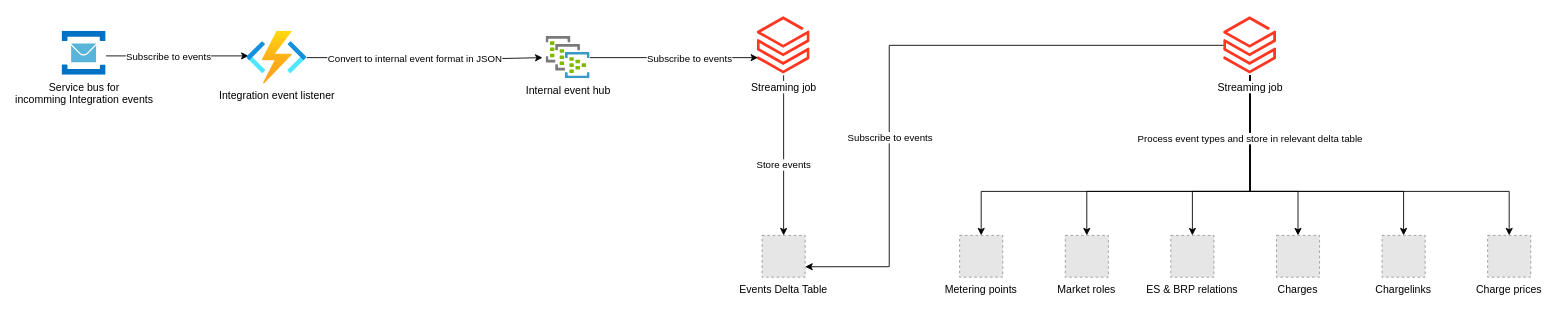
This is page "Ingestion" (2 of 3) of docs/domain-overview.drawio from Energinet-DataHub/ARCHIVED-geh-aggregations, a draw.io file, before an edit. Source tidied: cells renumbered, new cells numbered last; positions are measured from the earlier drawing's top-left corner, leaving out a move shared by most shapes. Both pictures are drawn from the tidied source at 88%, with x=0, y=0 at pixel (62, 15). Pictures stored in the file or linked from it are replaced by grey dashed boxes.
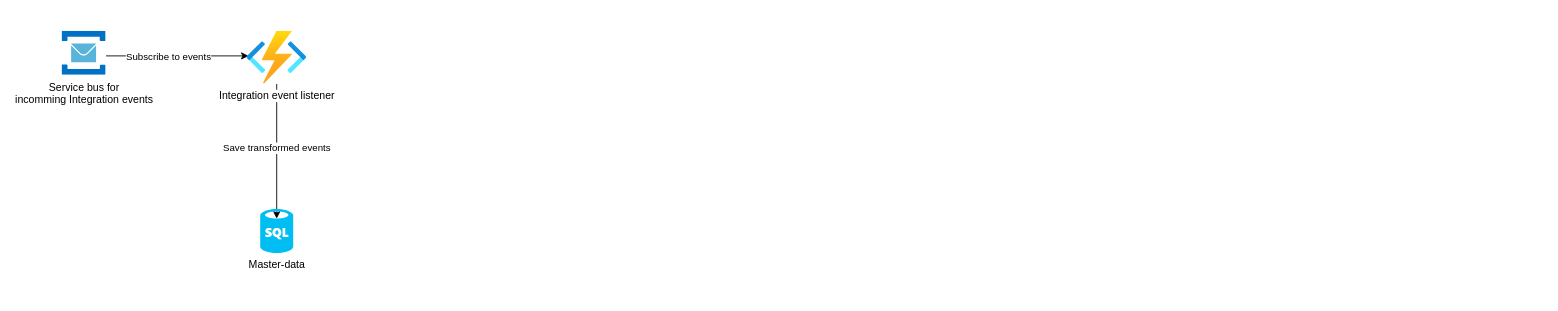
Above is the later version.

Unchanged cells that the change refers to:
```xml
<mxCell id="7" value="Integration event listener" style="html=1;points=[];align=center;image;fontSize=12;image=img/lib/azure2/compute/Function_Apps.svg;" parent="1" vertex="1">
  <mxGeometry x="210" y="18" width="68" height="60" as="geometry" />
</mxCell>
```

Diff of the diagram source:
```diff
@@
-    <mxCell id="5" style="edgeStyle=orthogonalEdgeStyle;rounded=0;jettySize=auto;html=1;entryX=-0.08;entryY=0.5;entryDx=0;entryDy=0;entryPerimeter=0;" parent="1" edge="1" source="7" target="10">
-      <mxGeometry relative="1" as="geometry">
-        <Array as="points">
-          <mxPoint x="500" y="48" />
-          <mxPoint x="500" y="49" />
-        </Array>
-      </mxGeometry>
-    </mxCell>
-    <mxCell id="6" value="Convert to internal event format in JSON" style="edgeLabel;html=1;align=center;verticalAlign=middle;" parent="5" vertex="1">
-      <mxGeometry x="0.17" y="-1" relative="1" as="geometry">
-        <mxPoint x="-35" y="-1" as="offset" />
-      </mxGeometry>
-    </mxCell>
+    <mxCell id="31" style="edgeStyle=orthogonalEdgeStyle;rounded=0;jettySize=auto;html=1;entryX=0.5;entryY=0.22;entryDx=0;entryDy=0;entryPerimeter=0;" parent="1" edge="1" source="7" target="33">
+      <mxGeometry relative="1" as="geometry" />
+    </mxCell>
+    <mxCell id="32" value="Save transformed events" style="edgeLabel;html=1;align=center;verticalAlign=middle;" parent="31" vertex="1">
+      <mxGeometry x="-0.22" y="1" relative="1" as="geometry">
+        <mxPoint x="-1" y="12" as="offset" />
+      </mxGeometry>
+    </mxCell>
@@
-    <mxCell id="8" style="edgeStyle=orthogonalEdgeStyle;rounded=0;jettySize=auto;html=1;entryX=0.017;entryY=0.706;entryDx=0;entryDy=0;entryPerimeter=0;" parent="1" edge="1" source="10" target="13">
-      <mxGeometry relative="1" as="geometry">
-        <Array as="points">
-          <mxPoint x="767" y="48" />
-        </Array>
-      </mxGeometry>
-    </mxCell>
-    <mxCell id="9" value="Subscribe to events" style="edgeLabel;html=1;align=center;verticalAlign=middle;" parent="8" vertex="1">
-      <mxGeometry x="0.17" y="-1" relative="1" as="geometry" />
-    </mxCell>
-    <mxCell id="10" value="Internal event hub" style="sketch=0;html=1;points=[];align=center;image;fontSize=12;image=img/lib/mscae/Dedicated_Event_Hub.svg;" parent="1" vertex="1">
-      <mxGeometry x="550" y="24" width="50" height="48" as="geometry" />
-    </mxCell>
-    <mxCell id="11" style="edgeStyle=orthogonalEdgeStyle;rounded=0;jettySize=auto;html=1;entryX=0.5;entryY=0;entryDx=0;entryDy=0;" parent="1" edge="1" source="13" target="14">
-      <mxGeometry relative="1" as="geometry" />
-    </mxCell>
-    <mxCell id="12" value="Store events" style="edgeLabel;html=1;align=center;verticalAlign=middle;" parent="11" vertex="1">
-      <mxGeometry x="0.11" y="-1" relative="1" as="geometry" />
-    </mxCell>
-    <mxCell id="13" value="Streaming job" style="html=1;points=[];align=center;image;fontSize=12;image=img/lib/azure2/analytics/Azure_Databricks.svg;" parent="1" vertex="1">
-      <mxGeometry x="790" width="60" height="68" as="geometry" />
-    </mxCell>
-    <mxCell id="14" value="Events Delta Table" style="fillColor=#E6E6E6;strokeColor=#999999;dashed=1;verticalLabelPosition=bottom;verticalAlign=top;" parent="1" vertex="1">
-      <mxGeometry x="795.5" y="250" width="49" height="47.5" as="geometry" />
-    </mxCell>
-    <mxCell id="15" style="edgeStyle=orthogonalEdgeStyle;rounded=0;jettySize=auto;html=1;entryX=1;entryY=0.75;entryDx=0;entryDy=0;" parent="1" edge="1" source="24" target="14">
-      <mxGeometry relative="1" as="geometry">
-        <Array as="points">
-          <mxPoint x="940" y="34" />
-          <mxPoint x="940" y="286" />
-        </Array>
-      </mxGeometry>
-    </mxCell>
-    <mxCell id="16" value="Subscribe to events" style="edgeLabel;html=1;align=center;verticalAlign=middle;" parent="15" vertex="1">
-      <mxGeometry x="0.08" relative="1" as="geometry">
-        <mxPoint y="91" as="offset" />
-      </mxGeometry>
-    </mxCell>
-    <mxCell id="17" style="edgeStyle=orthogonalEdgeStyle;rounded=0;jettySize=auto;html=1;entryX=0.5;entryY=0;entryDx=0;entryDy=0;" parent="1" edge="1" source="24" target="26">
-      <mxGeometry relative="1" as="geometry">
-        <Array as="points">
-          <mxPoint x="1350" y="200" />
-          <mxPoint x="1045" y="200" />
-          <mxPoint x="1045" y="250" />
-        </Array>
-      </mxGeometry>
-    </mxCell>
-    <mxCell id="18" style="edgeStyle=orthogonalEdgeStyle;rounded=0;jettySize=auto;html=1;entryX=0.5;entryY=0;entryDx=0;entryDy=0;" parent="1" edge="1" source="24" target="25">
-      <mxGeometry relative="1" as="geometry">
-        <Array as="points">
-          <mxPoint x="1350" y="200" />
-          <mxPoint x="1165" y="200" />
-          <mxPoint x="1165" y="250" />
-        </Array>
-      </mxGeometry>
-    </mxCell>
-    <mxCell id="19" style="edgeStyle=orthogonalEdgeStyle;rounded=0;jettySize=auto;html=1;entryX=0.5;entryY=0;entryDx=0;entryDy=0;" parent="1" edge="1" source="24" target="27">
-      <mxGeometry relative="1" as="geometry">
-        <Array as="points">
-          <mxPoint x="1350" y="200" />
-          <mxPoint x="1285" y="200" />
-          <mxPoint x="1285" y="250" />
-        </Array>
-      </mxGeometry>
-    </mxCell>
-    <mxCell id="20" style="edgeStyle=orthogonalEdgeStyle;rounded=0;jettySize=auto;html=1;entryX=0.5;entryY=0;entryDx=0;entryDy=0;" parent="1" edge="1" source="24" target="28">
-      <mxGeometry relative="1" as="geometry">
-        <Array as="points">
-          <mxPoint x="1350" y="200" />
-          <mxPoint x="1405" y="200" />
-          <mxPoint x="1405" y="250" />
-        </Array>
-      </mxGeometry>
-    </mxCell>
-    <mxCell id="21" style="edgeStyle=orthogonalEdgeStyle;rounded=0;jettySize=auto;html=1;entryX=0.5;entryY=0;entryDx=0;entryDy=0;" parent="1" edge="1" source="24" target="29">
-      <mxGeometry relative="1" as="geometry">
-        <Array as="points">
-          <mxPoint x="1350" y="200" />
-          <mxPoint x="1525" y="200" />
-          <mxPoint x="1525" y="250" />
-        </Array>
-      </mxGeometry>
-    </mxCell>
-    <mxCell id="22" style="edgeStyle=orthogonalEdgeStyle;rounded=0;jettySize=auto;html=1;entryX=0.5;entryY=0;entryDx=0;entryDy=0;" parent="1" edge="1" source="24" target="30">
-      <mxGeometry relative="1" as="geometry">
-        <Array as="points">
-          <mxPoint x="1350" y="200" />
-          <mxPoint x="1645" y="200" />
-          <mxPoint x="1645" y="250" />
-        </Array>
-      </mxGeometry>
-    </mxCell>
-    <mxCell id="23" value="Process event types and store in relevant delta table" style="edgeLabel;html=1;align=center;verticalAlign=middle;" parent="22" vertex="1">
-      <mxGeometry x="-0.7" y="-1" relative="1" as="geometry" />
-    </mxCell>
-    <mxCell id="24" value="Streaming job" style="html=1;points=[];align=center;image;fontSize=12;image=img/lib/azure2/analytics/Azure_Databricks.svg;" parent="1" vertex="1">
-      <mxGeometry x="1320" width="60" height="68" as="geometry" />
-    </mxCell>
-    <mxCell id="25" value="Market roles" style="fillColor=#E6E6E6;strokeColor=#999999;dashed=1;verticalLabelPosition=bottom;verticalAlign=top;" parent="1" vertex="1">
-      <mxGeometry x="1140" y="250" width="49" height="47.5" as="geometry" />
-    </mxCell>
-    <mxCell id="26" value="Metering points" style="fillColor=#E6E6E6;strokeColor=#999999;dashed=1;verticalLabelPosition=bottom;verticalAlign=top;" parent="1" vertex="1">
-      <mxGeometry x="1020" y="250" width="49" height="47.5" as="geometry" />
-    </mxCell>
-    <mxCell id="27" value="ES &amp; BRP relations" style="fillColor=#E6E6E6;strokeColor=#999999;dashed=1;verticalLabelPosition=bottom;verticalAlign=top;" parent="1" vertex="1">
-      <mxGeometry x="1260" y="250" width="49" height="47.5" as="geometry" />
-    </mxCell>
-    <mxCell id="28" value="Charges" style="fillColor=#E6E6E6;strokeColor=#999999;dashed=1;verticalLabelPosition=bottom;verticalAlign=top;" parent="1" vertex="1">
-      <mxGeometry x="1380" y="250" width="49" height="47.5" as="geometry" />
-    </mxCell>
-    <mxCell id="29" value="Chargelinks" style="fillColor=#E6E6E6;strokeColor=#999999;dashed=1;verticalLabelPosition=bottom;verticalAlign=top;" parent="1" vertex="1">
-      <mxGeometry x="1500" y="250" width="49" height="47.5" as="geometry" />
-    </mxCell>
-    <mxCell id="30" value="Charge prices" style="fillColor=#E6E6E6;strokeColor=#999999;dashed=1;verticalLabelPosition=bottom;verticalAlign=top;" parent="1" vertex="1">
-      <mxGeometry x="1620" y="250" width="49" height="47.5" as="geometry" />
-    </mxCell>
+    <mxCell id="33" value="Master-data" style="verticalLabelPosition=bottom;html=1;verticalAlign=top;align=center;strokeColor=none;fillColor=#00BEF2;shape=mxgraph.azure.sql_database;" parent="1" vertex="1">
+      <mxGeometry x="225.2" y="220" width="37.5" height="50" as="geometry" />
+    </mxCell>
```
